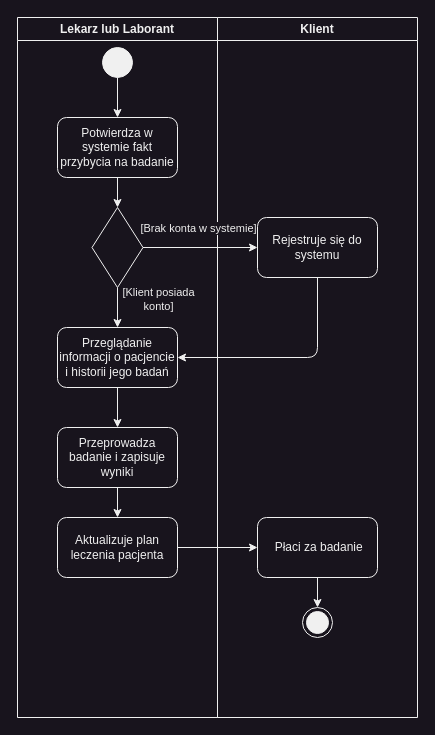
This is ActivityDiagrams/UC2_Przeprowadz_badanie.drawio from MarekMichali/vet-clinic, a draw.io file, before an edit. Source tidied: cells renumbered, new cells numbered last; positions are measured from the earlier drawing's top-left corner, leaving out a move shared by most shapes. Both pictures are drawn from the tidied source at 100%, with x=0, y=0 at pixel (17, 17).
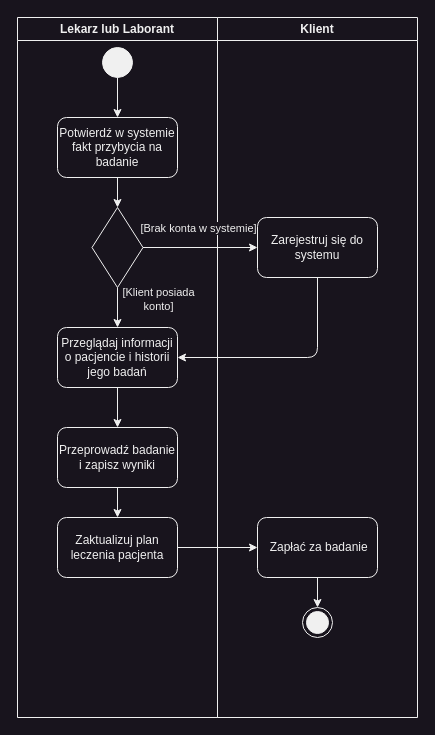
Above is the later version.

Unchanged cells that the change refers to:
```xml
<mxCell id="2" value="Lekarz lub Laborant" style="swimlane;whiteSpace=wrap;html=1;fontColor=#F0F0F0;fillColor=#18141D;strokeColor=#F0F0F0;" parent="1" vertex="1">
  <mxGeometry width="200" height="700" as="geometry" />
</mxCell>
<mxCell id="15" value="Klient" style="swimlane;whiteSpace=wrap;html=1;fontColor=#F0F0F0;fillColor=#18141D;strokeColor=#F0F0F0;" parent="1" vertex="1">
  <mxGeometry x="200" width="200" height="700" as="geometry" />
</mxCell>
```

Change to the diagram source:
```diff
@@
-    <mxCell id="4" value="Potwierdza w systemie fakt przybycia na badanie" style="rounded=1;whiteSpace=wrap;html=1;fontColor=#F0F0F0;fillColor=#18141D;strokeColor=#F0F0F0;" parent="2" vertex="1">
+    <mxCell id="4" value="Potwierdź w systemie fakt przybycia na badanie" style="rounded=1;whiteSpace=wrap;html=1;fontColor=#F0F0F0;fillColor=#18141D;strokeColor=#F0F0F0;" parent="2" vertex="1">
       <mxGeometry x="40" y="100" width="120" height="60" as="geometry" />
     </mxCell>
@@
-    <mxCell id="11" value="Przeglądanie informacji o pacjencie i historii jego badań" style="rounded=1;whiteSpace=wrap;html=1;fontColor=#F0F0F0;fillColor=#18141D;strokeColor=#F0F0F0;" parent="2" vertex="1">
+    <mxCell id="11" value="Przeglądaj informacji o pacjencie i historii jego badań" style="rounded=1;whiteSpace=wrap;html=1;fontColor=#F0F0F0;fillColor=#18141D;strokeColor=#F0F0F0;" parent="2" vertex="1">
       <mxGeometry x="40" y="310" width="120" height="60" as="geometry" />
     </mxCell>
@@
-    <mxCell id="13" value="Przeprowadza badanie i zapisuje wyniki" style="rounded=1;whiteSpace=wrap;html=1;fontColor=#F0F0F0;fillColor=#18141D;strokeColor=#F0F0F0;" parent="2" vertex="1">
+    <mxCell id="13" value="Przeprowadź badanie i zapisz wyniki" style="rounded=1;whiteSpace=wrap;html=1;fontColor=#F0F0F0;fillColor=#18141D;strokeColor=#F0F0F0;" parent="2" vertex="1">
       <mxGeometry x="40" y="410" width="120" height="60" as="geometry" />
     </mxCell>
-    <mxCell id="14" value="Aktualizuje plan leczenia pacjenta" style="rounded=1;whiteSpace=wrap;html=1;fontColor=#F0F0F0;fillColor=#18141D;strokeColor=#F0F0F0;" parent="2" vertex="1">
+    <mxCell id="14" value="Zaktualizuj plan leczenia pacjenta" style="rounded=1;whiteSpace=wrap;html=1;fontColor=#F0F0F0;fillColor=#18141D;strokeColor=#F0F0F0;" parent="2" vertex="1">
       <mxGeometry x="40" y="500" width="120" height="60" as="geometry" />
     </mxCell>
@@
-    <mxCell id="16" value="Rejestruje się do systemu" style="rounded=1;whiteSpace=wrap;html=1;fontColor=#F0F0F0;fillColor=#18141D;strokeColor=#F0F0F0;" parent="15" vertex="1">
+    <mxCell id="16" value="Zarejestruj się do systemu" style="rounded=1;whiteSpace=wrap;html=1;fontColor=#F0F0F0;fillColor=#18141D;strokeColor=#F0F0F0;" parent="15" vertex="1">
       <mxGeometry x="40" y="200" width="120" height="60" as="geometry" />
     </mxCell>
@@
-    <mxCell id="18" value="&amp;nbsp;Płaci za badanie" style="rounded=1;whiteSpace=wrap;html=1;fontColor=#F0F0F0;fillColor=#18141D;strokeColor=#F0F0F0;" parent="15" vertex="1">
+    <mxCell id="18" value="&amp;nbsp;Zapłać za badanie" style="rounded=1;whiteSpace=wrap;html=1;fontColor=#F0F0F0;fillColor=#18141D;strokeColor=#F0F0F0;" parent="15" vertex="1">
       <mxGeometry x="40" y="500" width="120" height="60" as="geometry" />
     </mxCell>
```
